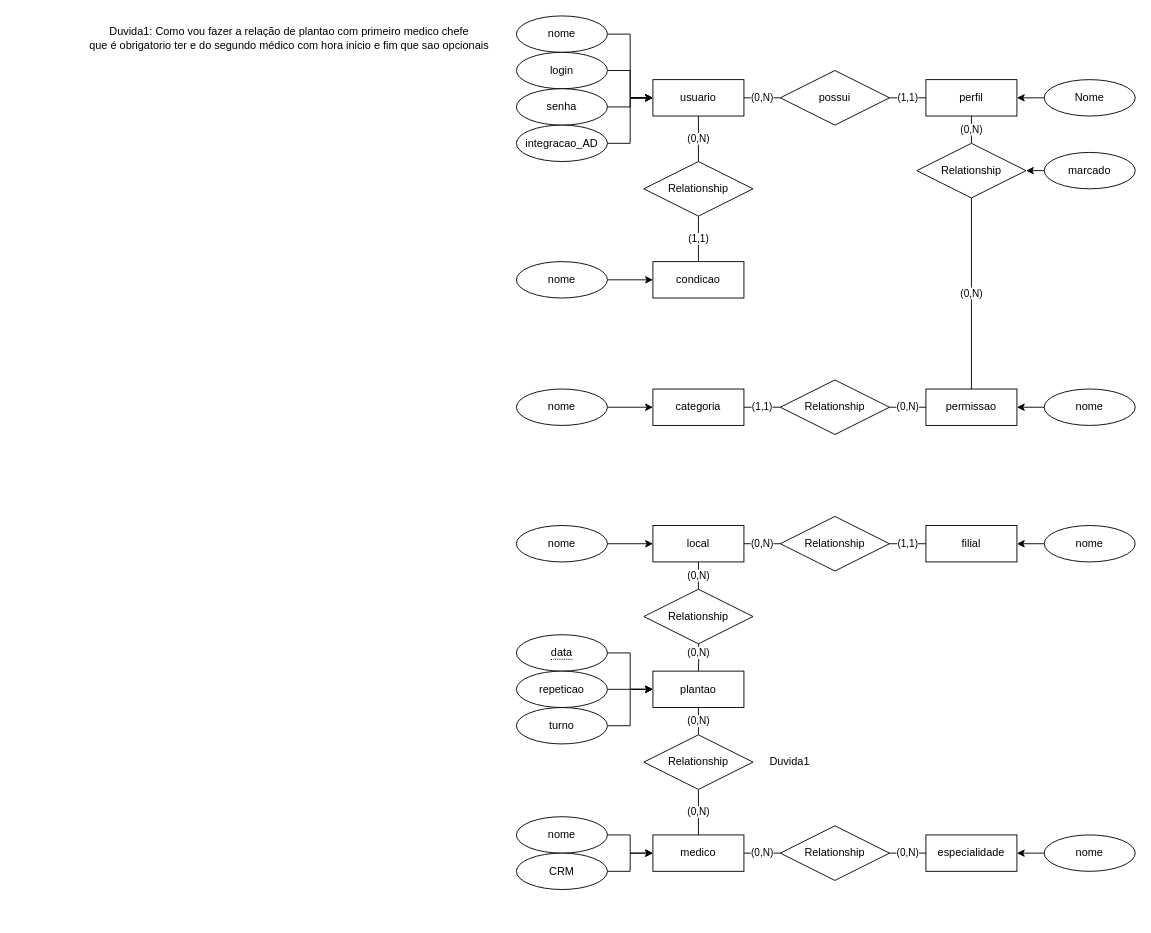
This is Diagrama sem nome.drawio from diogoOLima/estudosAngular, a draw.io file, before an edit. Source tidied: cells renumbered, new cells numbered last; positions are measured from the earlier drawing's top-left corner, leaving out a move shared by most shapes. Both pictures are drawn from the tidied source at 91%, with x=0, y=0 at pixel (79, 15).
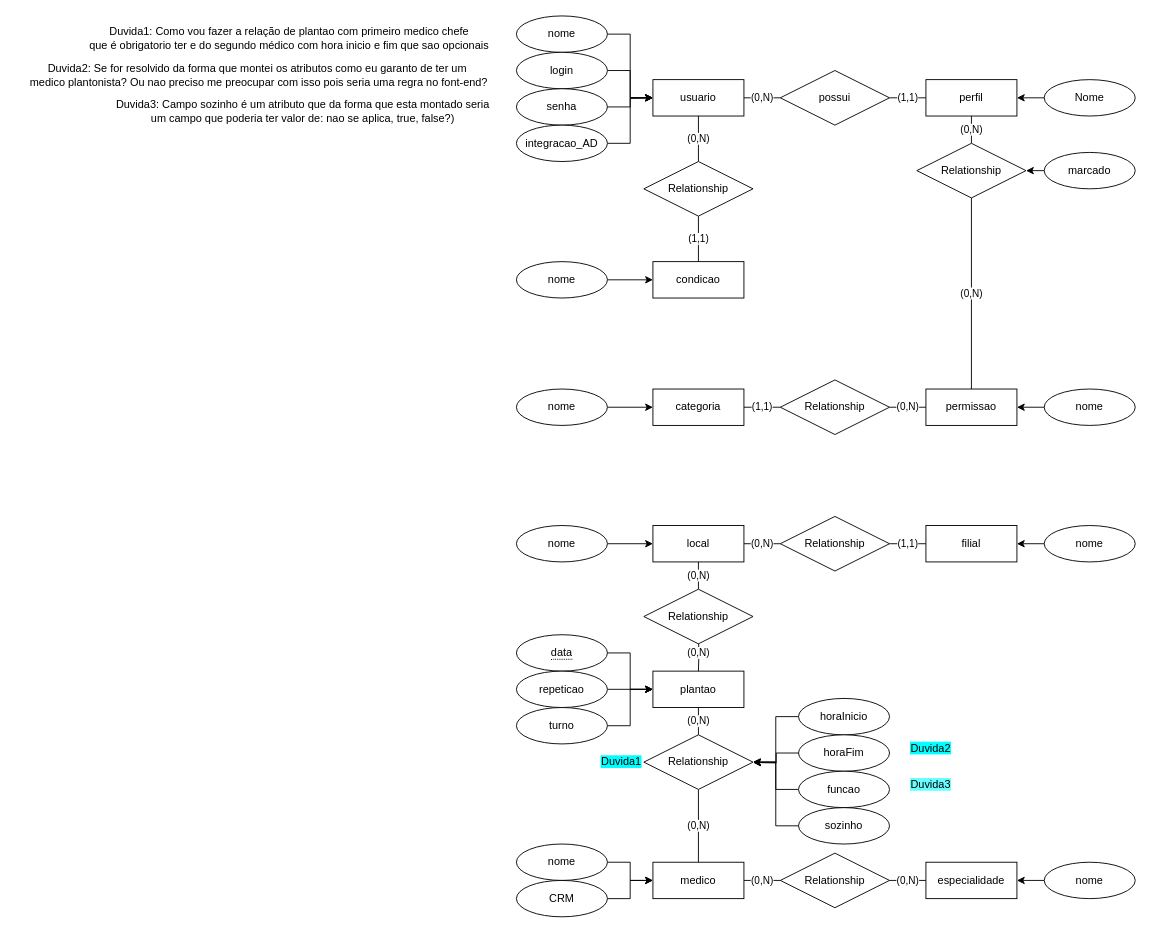
The same diagram, later.

The change refers to these unchanged cells:
```xml
<mxCell id="69" value="Relationship" style="shape=rhombus;perimeter=rhombusPerimeter;whiteSpace=wrap;html=1;align=center;" parent="1" vertex="1">
  <mxGeometry x="620" y="790" width="120" height="60" as="geometry" />
</mxCell>
```

Diff of the diagram source:
```diff
@@
     <mxCell id="48" value="medico" style="whiteSpace=wrap;html=1;align=center;" parent="1" vertex="1">
-      <mxGeometry x="630" y="900" width="100" height="40" as="geometry" />
+      <mxGeometry x="630" y="930" width="100" height="40" as="geometry" />
     </mxCell>
@@
     <mxCell id="50" value="nome" style="ellipse;whiteSpace=wrap;html=1;align=center;" parent="1" vertex="1">
-      <mxGeometry x="480" y="880" width="100" height="40" as="geometry" />
+      <mxGeometry x="480" y="910" width="100" height="40" as="geometry" />
     </mxCell>
@@
     <mxCell id="52" value="CRM" style="ellipse;whiteSpace=wrap;html=1;align=center;" parent="1" vertex="1">
-      <mxGeometry x="480" y="920" width="100" height="40" as="geometry" />
+      <mxGeometry x="480" y="950" width="100" height="40" as="geometry" />
     </mxCell>
     <mxCell id="53" value="Relationship" style="shape=rhombus;perimeter=rhombusPerimeter;whiteSpace=wrap;html=1;align=center;" parent="1" vertex="1">
-      <mxGeometry x="770" y="890" width="120" height="60" as="geometry" />
+      <mxGeometry x="770" y="920" width="120" height="60" as="geometry" />
     </mxCell>
@@
     <mxCell id="55" value="especialidade" style="whiteSpace=wrap;html=1;align=center;" parent="1" vertex="1">
-      <mxGeometry x="930" y="900" width="100" height="40" as="geometry" />
+      <mxGeometry x="930" y="930" width="100" height="40" as="geometry" />
     </mxCell>
@@
     <mxCell id="57" value="nome" style="ellipse;whiteSpace=wrap;html=1;align=center;" parent="1" vertex="1">
-      <mxGeometry x="1060" y="900" width="100" height="40" as="geometry" />
+      <mxGeometry x="1060" y="930" width="100" height="40" as="geometry" />
     </mxCell>
@@
-    <mxCell id="70" value="Duvida1" style="text;html=1;align=center;verticalAlign=middle;strokeColor=none;fillColor=none;" parent="1" vertex="1">
-      <mxGeometry x="745" y="805" width="70" height="30" as="geometry" />
+    <mxCell id="70" value="&lt;span style=&quot;background-color: rgb(0, 255, 255);&quot;&gt;Duvida1&lt;/span&gt;" style="text;html=1;align=center;verticalAlign=middle;strokeColor=none;fillColor=none;" parent="1" vertex="1">
+      <mxGeometry x="560" y="805" width="70" height="30" as="geometry" />
     </mxCell>
@@
+    <mxCell id="72" style="edgeStyle=orthogonalEdgeStyle;rounded=0;jettySize=auto;html=1;exitX=0;exitY=0.5;exitDx=0;exitDy=0;" parent="1" edge="1" source="73" target="69">
+      <mxGeometry relative="1" as="geometry" />
+    </mxCell>
+    <mxCell id="73" value="horaInicio" style="ellipse;whiteSpace=wrap;html=1;align=center;" parent="1" vertex="1">
+      <mxGeometry x="790" y="750" width="100" height="40" as="geometry" />
+    </mxCell>
+    <mxCell id="74" style="edgeStyle=orthogonalEdgeStyle;rounded=0;jettySize=auto;html=1;exitX=0;exitY=0.5;exitDx=0;exitDy=0;" parent="1" edge="1" source="75">
+      <mxGeometry relative="1" as="geometry">
+        <mxPoint x="740" y="820.4" as="targetPoint" />
+      </mxGeometry>
+    </mxCell>
+    <mxCell id="75" value="horaFim" style="ellipse;whiteSpace=wrap;html=1;align=center;" parent="1" vertex="1">
+      <mxGeometry x="790" y="790" width="100" height="40" as="geometry" />
+    </mxCell>
+    <mxCell id="76" style="edgeStyle=orthogonalEdgeStyle;rounded=0;jettySize=auto;html=1;exitX=0;exitY=0.5;exitDx=0;exitDy=0;entryX=1;entryY=0.5;entryDx=0;entryDy=0;" parent="1" edge="1" source="77" target="69">
+      <mxGeometry relative="1" as="geometry" />
+    </mxCell>
+    <mxCell id="77" value="funcao" style="ellipse;whiteSpace=wrap;html=1;align=center;" parent="1" vertex="1">
+      <mxGeometry x="790" y="830" width="100" height="40" as="geometry" />
+    </mxCell>
+    <mxCell id="78" value="&lt;span style=&quot;background-color: rgb(0, 255, 255);&quot;&gt;Duvida2&lt;/span&gt;" style="text;html=1;align=center;verticalAlign=middle;strokeColor=none;fillColor=none;" parent="1" vertex="1">
+      <mxGeometry x="900" y="790" width="70" height="30" as="geometry" />
+    </mxCell>
+    <mxCell id="79" value="Duvida2: Se for resolvido da forma que montei os atributos como eu garanto de ter um&lt;br&gt;&amp;nbsp;medico plantonista? Ou nao preciso me preocupar com isso pois seria uma regra no font-end?" style="text;html=1;align=center;verticalAlign=middle;strokeColor=none;fillColor=none;" parent="1" vertex="1">
+      <mxGeometry x="-70" y="45" width="530" height="40" as="geometry" />
+    </mxCell>
+    <mxCell id="80" style="edgeStyle=orthogonalEdgeStyle;rounded=0;jettySize=auto;html=1;exitX=0;exitY=0.5;exitDx=0;exitDy=0;entryX=1;entryY=0.5;entryDx=0;entryDy=0;" parent="1" edge="1" source="81" target="69">
+      <mxGeometry relative="1" as="geometry" />
+    </mxCell>
+    <mxCell id="81" value="sozinho" style="ellipse;whiteSpace=wrap;html=1;align=center;" parent="1" vertex="1">
+      <mxGeometry x="790" y="870" width="100" height="40" as="geometry" />
+    </mxCell>
+    <mxCell id="82" value="&lt;span style=&quot;background-color: rgb(102, 255, 255);&quot;&gt;Duvida3&lt;/span&gt;" style="text;html=1;align=center;verticalAlign=middle;strokeColor=none;fillColor=none;" parent="1" vertex="1">
+      <mxGeometry x="900" y="830" width="70" height="30" as="geometry" />
+    </mxCell>
+    <mxCell id="83" value="Duvida3: Campo sozinho é um atributo que da forma que esta montado seria &lt;br&gt;um campo que poderia ter valor de: nao se aplica, true, false?)" style="text;html=1;align=center;verticalAlign=middle;strokeColor=none;fillColor=none;" parent="1" vertex="1">
+      <mxGeometry x="30" y="85" width="430" height="40" as="geometry" />
+    </mxCell>
```
